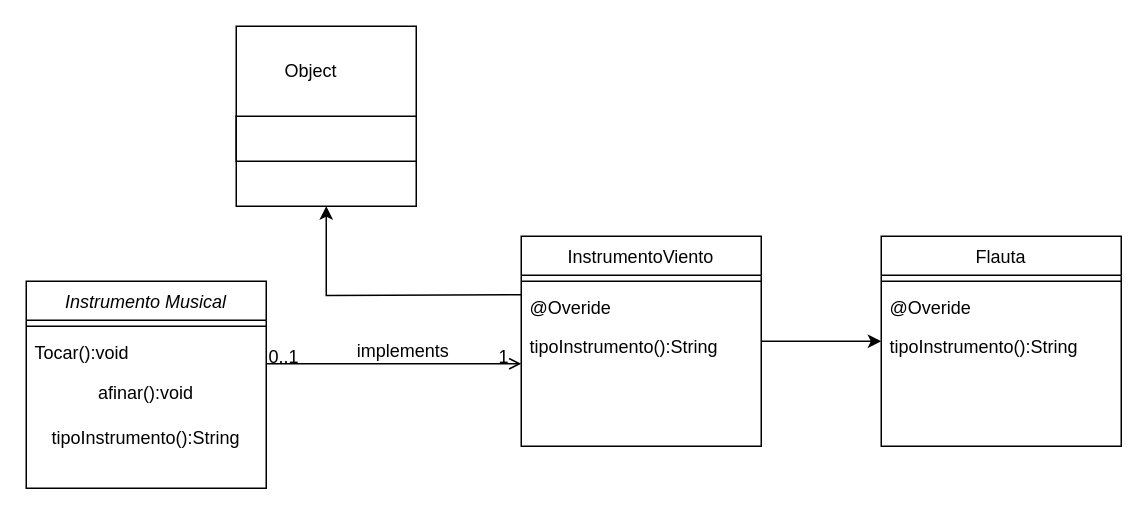
Earlier version of the draw.io diagram Diagrama sin título.drawio (MarianaHernandez17/POO8). Source tidied: cells renumbered, new cells numbered last; positions are measured from the earlier drawing's top-left corner, leaving out a move shared by most shapes. Both pictures are drawn from the tidied source at 150%, with x=0, y=0 at pixel (26, 26).
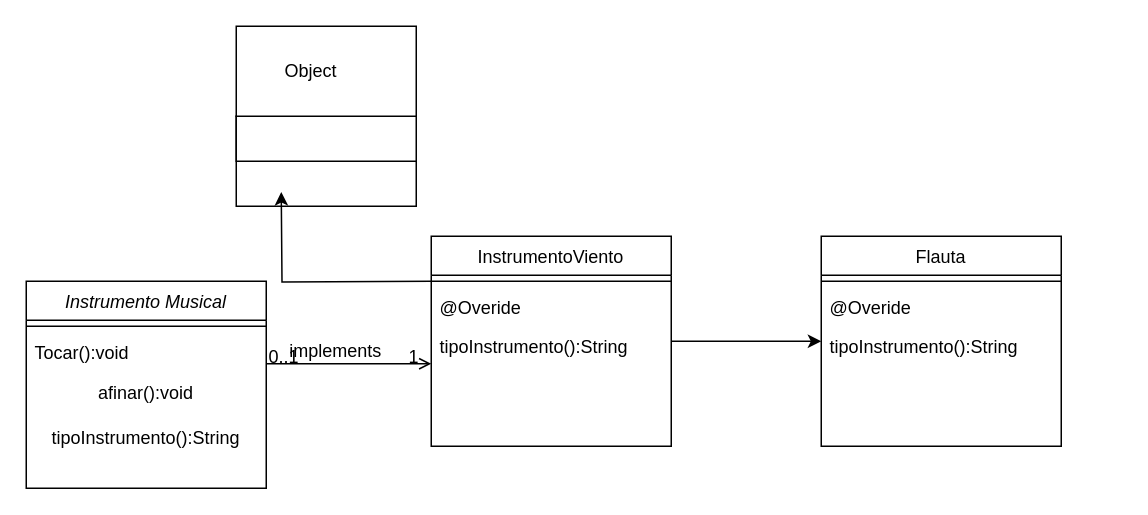
The same diagram, later.

The change refers to these unchanged cells:
```xml
<mxCell id="16" style="rounded=0;whiteSpace=wrap;html=1;" parent="1" vertex="1">
  <mxGeometry x="140" y="60" width="120" height="60" as="geometry" />
</mxCell>
```

The edit, as a diff of the source:
```diff
@@
     <mxCell id="8" value="InstrumentoViento" style="swimlane;fontStyle=0;align=center;verticalAlign=top;horizontal=1;startSize=26;rounded=0;shadow=0;strokeWidth=1;" parent="1" vertex="1">
-      <mxGeometry x="330" y="140" width="160" height="140" as="geometry" />
+      <mxGeometry x="270" y="140" width="160" height="140" as="geometry" />
     </mxCell>
@@
-    <mxCell id="17" style="edgeStyle=orthogonalEdgeStyle;rounded=0;jettySize=auto;html=1;exitX=0;exitY=0.5;exitDx=0;exitDy=0;" parent="1" edge="1" target="16">
+    <mxCell id="17" style="edgeStyle=orthogonalEdgeStyle;rounded=0;orthogonalLoop=1;jettySize=auto;html=1;" parent="1" edge="1">
       <mxGeometry relative="1" as="geometry">
-        <mxPoint x="330" y="179" as="sourcePoint" />
+        <mxPoint x="270" y="170" as="sourcePoint" />
+        <mxPoint x="170" y="110.5" as="targetPoint" />
       </mxGeometry>
     </mxCell>
@@
     <mxCell id="21" value="Flauta" style="swimlane;fontStyle=0;align=center;verticalAlign=top;horizontal=1;startSize=26;rounded=0;shadow=0;strokeWidth=1;" parent="1" vertex="1">
-      <mxGeometry x="570" y="140" width="160" height="140" as="geometry" />
+      <mxGeometry x="530" y="140" width="160" height="140" as="geometry" />
     </mxCell>
```
